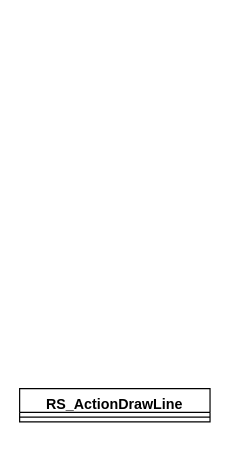
The draw.io diagram Untitled Diagram.drawio in njcithy/QtDemo, before the edit. Source tidied: cells renumbered, new cells numbered last; positions are measured from the earlier drawing's top-left corner, leaving out a move shared by most shapes. Both pictures are drawn from the tidied source at 119%, with x=0, y=0 at pixel (19, 388).
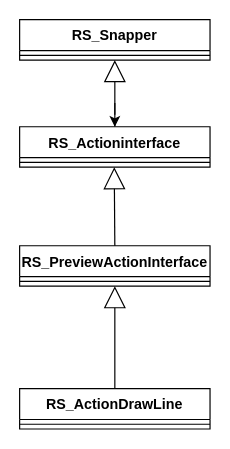
The same diagram, later.

Diff of the diagram source:
```diff
@@
 <mxGraphModel background="#ffffff">
   <root>
     <mxCell id="0" />
     <mxCell id="1" parent="0" />
-    <mxCell id="2" value="RS_ActionDrawLine" style="swimlane;fontStyle=1;align=center;verticalAlign=top;horizontal=1;startSize=20;" parent="1" vertex="1">
-      <mxGeometry width="160" height="28" as="geometry" />
+    <mxCell id="2" value="RS_ActionDrawLine" style="swimlane;fontStyle=1;align=center;verticalAlign=top;horizontal=1;startSize=26;" parent="1" vertex="1">
+      <mxGeometry width="160" height="34" as="geometry" />
     </mxCell>
-    <mxCell id="3" style="line;strokeWidth=1;fillColor=none;align=left;verticalAlign=middle;spacingTop=-1;spacingLeft=3;spacingRight=3;labelPosition=right;" parent="2" vertex="1">
-      <mxGeometry y="20" width="160" height="8" as="geometry" />
-    </mxCell>
+    <mxCell id="4" style="line;strokeWidth=1;fillColor=none;align=left;verticalAlign=middle;spacingTop=-1;spacingLeft=3;spacingRight=3;labelPosition=right;" parent="2" vertex="1">
+      <mxGeometry y="26" width="160" height="8" as="geometry" />
+    </mxCell>
+    <mxCell id="5" value="RS_PreviewActionInterface" style="swimlane;fontStyle=1;align=center;verticalAlign=top;horizontal=1;startSize=26;" parent="1" vertex="1">
+      <mxGeometry y="-120" width="160" height="34" as="geometry" />
+    </mxCell>
+    <mxCell id="6" style="line;strokeWidth=1;fillColor=none;align=left;verticalAlign=middle;spacingTop=-1;spacingLeft=3;spacingRight=3;labelPosition=right;" parent="5" vertex="1">
+      <mxGeometry y="26" width="160" height="8" as="geometry" />
+    </mxCell>
+    <mxCell id="7" style="edgeStyle=orthogonalEdgeStyle;rounded=0;jettySize=auto;html=1;" parent="1" edge="1" source="8">
+      <mxGeometry relative="1" as="geometry">
+        <mxPoint x="80" y="-220" as="targetPoint" />
+      </mxGeometry>
+    </mxCell>
+    <mxCell id="8" value="RS_Actioninterface" style="swimlane;fontStyle=1;align=center;verticalAlign=top;horizontal=1;startSize=26;" parent="1" vertex="1">
+      <mxGeometry y="-220" width="160" height="34" as="geometry" />
+    </mxCell>
+    <mxCell id="9" style="line;strokeWidth=1;fillColor=none;align=left;verticalAlign=middle;spacingTop=-1;spacingLeft=3;spacingRight=3;labelPosition=right;" parent="8" vertex="1">
+      <mxGeometry y="26" width="160" height="8" as="geometry" />
+    </mxCell>
+    <mxCell id="10" value="RS_Snapper" style="swimlane;fontStyle=1;align=center;verticalAlign=top;horizontal=1;startSize=26;" parent="1" vertex="1">
+      <mxGeometry y="-310" width="160" height="34" as="geometry" />
+    </mxCell>
+    <mxCell id="11" style="line;strokeWidth=1;fillColor=none;align=left;verticalAlign=middle;spacingTop=-1;spacingLeft=3;spacingRight=3;labelPosition=right;" parent="10" vertex="1">
+      <mxGeometry y="26" width="160" height="8" as="geometry" />
+    </mxCell>
+    <mxCell id="12" style="endArrow=block;endSize=16;endFill=0;html=1;exitX=0.5;exitY=0;exitDx=0;exitDy=0;entryX=0.5;entryY=1;entryDx=0;entryDy=0;" parent="1" edge="1" source="2" target="5">
+      <mxGeometry relative="1" as="geometry" />
+    </mxCell>
+    <mxCell id="13" style="endArrow=block;endSize=16;endFill=0;html=1;entryX=0.5;entryY=1;entryDx=0;entryDy=0;exitX=0.5;exitY=0;exitDx=0;exitDy=0;" parent="1" edge="1" source="5">
+      <mxGeometry relative="1" as="geometry">
+        <mxPoint x="79.5" y="-186" as="targetPoint" />
+      </mxGeometry>
+    </mxCell>
+    <mxCell id="14" style="endArrow=block;endSize=16;endFill=0;html=1;entryX=0.5;entryY=1;entryDx=0;entryDy=0;" parent="1" edge="1" target="10">
+      <mxGeometry relative="1" as="geometry">
+        <mxPoint x="80" y="-230" as="sourcePoint" />
+      </mxGeometry>
+    </mxCell>
   </root>
 </mxGraphModel>
```
